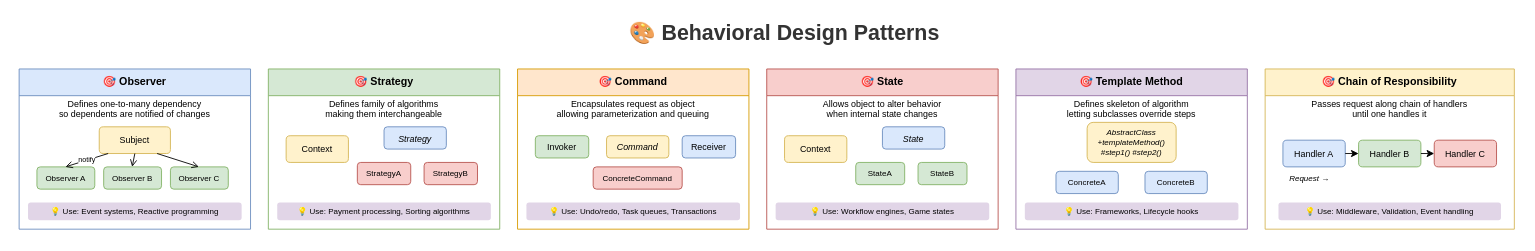
Before: lesson-01-software-design-architecture/01-design-patterns/1.3-behavioral-patterns-overview.drawio in MrParkerZ7/document-lesson-software-architect-x-claude, a draw.io diagram. Source tidied: cells renumbered, new cells numbered last; positions are measured from the earlier drawing's top-left corner, leaving out a move shared by most shapes. Both pictures are drawn from the tidied source at 89%, with x=0, y=0 at pixel (19, 15).
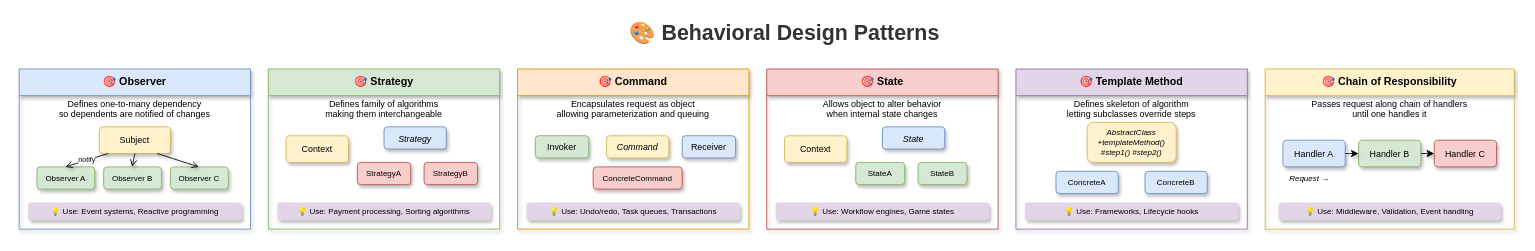
Above is the later version.

Change to the diagram source:
```diff
@@
-    <mxCell id="3" value="🎯 Observer" style="swimlane;fontStyle=1;align=center;verticalAlign=top;horizontal=1;startSize=30;fillColor=#dae8fc;strokeColor=#6c8ebf;" parent="1" vertex="1">
+    <mxCell id="3" value="🎯 Observer" style="swimlane;fontStyle=1;align=center;verticalAlign=top;horizontal=1;startSize=30;fillColor=#dae8fc;strokeColor=#6c8ebf;shadow=1;rounded=0;" parent="1" vertex="1">
       <mxGeometry y="60" width="260" height="180" as="geometry" />
     </mxCell>
@@
-    <mxCell id="5" value="Subject" style="rounded=1;whiteSpace=wrap;html=1;fillColor=#fff2cc;strokeColor=#d6b656;fontSize=10;" parent="3" vertex="1">
+    <mxCell id="5" value="Subject" style="rounded=1;whiteSpace=wrap;html=1;fillColor=#fff2cc;strokeColor=#d6b656;fontSize=10;shadow=1;" parent="3" vertex="1">
       <mxGeometry x="90" y="65" width="80" height="30" as="geometry" />
     </mxCell>
-    <mxCell id="6" value="Observer A" style="rounded=1;whiteSpace=wrap;html=1;fillColor=#d5e8d4;strokeColor=#82b366;fontSize=9;" parent="3" vertex="1">
+    <mxCell id="6" value="Observer A" style="rounded=1;whiteSpace=wrap;html=1;fillColor=#d5e8d4;strokeColor=#82b366;fontSize=9;shadow=1;" parent="3" vertex="1">
       <mxGeometry x="20" y="110" width="65" height="25" as="geometry" />
     </mxCell>
-    <mxCell id="7" value="Observer B" style="rounded=1;whiteSpace=wrap;html=1;fillColor=#d5e8d4;strokeColor=#82b366;fontSize=9;" parent="3" vertex="1">
+    <mxCell id="7" value="Observer B" style="rounded=1;whiteSpace=wrap;html=1;fillColor=#d5e8d4;strokeColor=#82b366;fontSize=9;shadow=1;" parent="3" vertex="1">
       <mxGeometry x="95" y="110" width="65" height="25" as="geometry" />
     </mxCell>
-    <mxCell id="8" value="Observer C" style="rounded=1;whiteSpace=wrap;html=1;fillColor=#d5e8d4;strokeColor=#82b366;fontSize=9;" parent="3" vertex="1">
+    <mxCell id="8" value="Observer C" style="rounded=1;whiteSpace=wrap;html=1;fillColor=#d5e8d4;strokeColor=#82b366;fontSize=9;shadow=1;" parent="3" vertex="1">
       <mxGeometry x="170" y="110" width="65" height="25" as="geometry" />
     </mxCell>
-    <mxCell id="9" value="notify" style="endArrow=open;endFill=0;endSize=6;html=1;fontSize=8;" parent="3" edge="1">
+    <mxCell id="9" value="notify" style="endArrow=open;endFill=0;endSize=6;html=1;fontSize=8;shadow=1;curved=1;flowAnimation=1;jumpStyle=arc;" parent="3" edge="1">
       <mxGeometry relative="1" as="geometry">
         <mxPoint x="100" y="95" as="sourcePoint" />
         <mxPoint x="52" y="110" as="targetPoint" />
       </mxGeometry>
     </mxCell>
-    <mxCell id="10" style="endArrow=open;endFill=0;endSize=6;html=1;fontSize=8;" parent="3" edge="1">
+    <mxCell id="10" style="endArrow=open;endFill=0;endSize=6;html=1;fontSize=8;shadow=1;curved=1;flowAnimation=1;jumpStyle=arc;" parent="3" edge="1">
       <mxGeometry relative="1" as="geometry">
         <mxPoint x="130" y="95" as="sourcePoint" />
         <mxPoint x="127" y="110" as="targetPoint" />
       </mxGeometry>
     </mxCell>
-    <mxCell id="11" style="endArrow=open;endFill=0;endSize=6;html=1;fontSize=8;" parent="3" edge="1">
+    <mxCell id="11" style="endArrow=open;endFill=0;endSize=6;html=1;fontSize=8;shadow=1;curved=1;flowAnimation=1;jumpStyle=arc;" parent="3" edge="1">
       <mxGeometry relative="1" as="geometry">
         <mxPoint x="155" y="95" as="sourcePoint" />
         <mxPoint x="202" y="110" as="targetPoint" />
       </mxGeometry>
     </mxCell>
-    <mxCell id="12" value="💡 Use: Event systems, Reactive programming" style="text;html=1;strokeColor=none;fillColor=#e1d5e7;align=center;verticalAlign=middle;whiteSpace=wrap;rounded=1;fontSize=9;" parent="3" vertex="1">
+    <mxCell id="12" value="💡 Use: Event systems, Reactive programming" style="text;html=1;strokeColor=none;fillColor=#e1d5e7;align=center;verticalAlign=middle;whiteSpace=wrap;rounded=1;fontSize=9;shadow=1;" parent="3" vertex="1">
       <mxGeometry x="10" y="150" width="240" height="20" as="geometry" />
     </mxCell>
-    <mxCell id="13" value="🎯 Strategy" style="swimlane;fontStyle=1;align=center;verticalAlign=top;horizontal=1;startSize=30;fillColor=#d5e8d4;strokeColor=#82b366;" parent="1" vertex="1">
+    <mxCell id="13" value="🎯 Strategy" style="swimlane;fontStyle=1;align=center;verticalAlign=top;horizontal=1;startSize=30;fillColor=#d5e8d4;strokeColor=#82b366;shadow=1;rounded=0;" parent="1" vertex="1">
       <mxGeometry x="280" y="60" width="260" height="180" as="geometry" />
     </mxCell>
@@
-    <mxCell id="15" value="Context" style="rounded=1;whiteSpace=wrap;html=1;fillColor=#fff2cc;strokeColor=#d6b656;fontSize=10;" parent="13" vertex="1">
+    <mxCell id="15" value="Context" style="rounded=1;whiteSpace=wrap;html=1;fillColor=#fff2cc;strokeColor=#d6b656;fontSize=10;shadow=1;" parent="13" vertex="1">
       <mxGeometry x="20" y="75" width="70" height="30" as="geometry" />
     </mxCell>
-    <mxCell id="16" value="Strategy" style="rounded=1;whiteSpace=wrap;html=1;fillColor=#dae8fc;strokeColor=#6c8ebf;fontSize=10;fontStyle=2;" parent="13" vertex="1">
+    <mxCell id="16" value="Strategy" style="rounded=1;whiteSpace=wrap;html=1;fillColor=#dae8fc;strokeColor=#6c8ebf;fontSize=10;fontStyle=2;shadow=1;" parent="13" vertex="1">
       <mxGeometry x="130" y="65" width="70" height="25" as="geometry" />
     </mxCell>
-    <mxCell id="17" value="StrategyA" style="rounded=1;whiteSpace=wrap;html=1;fillColor=#f8cecc;strokeColor=#b85450;fontSize=9;" parent="13" vertex="1">
+    <mxCell id="17" value="StrategyA" style="rounded=1;whiteSpace=wrap;html=1;fillColor=#f8cecc;strokeColor=#b85450;fontSize=9;shadow=1;" parent="13" vertex="1">
       <mxGeometry x="100" y="105" width="60" height="25" as="geometry" />
     </mxCell>
-    <mxCell id="18" value="StrategyB" style="rounded=1;whiteSpace=wrap;html=1;fillColor=#f8cecc;strokeColor=#b85450;fontSize=9;" parent="13" vertex="1">
+    <mxCell id="18" value="StrategyB" style="rounded=1;whiteSpace=wrap;html=1;fillColor=#f8cecc;strokeColor=#b85450;fontSize=9;shadow=1;" parent="13" vertex="1">
       <mxGeometry x="175" y="105" width="60" height="25" as="geometry" />
     </mxCell>
-    <mxCell id="19" value="💡 Use: Payment processing, Sorting algorithms" style="text;html=1;strokeColor=none;fillColor=#e1d5e7;align=center;verticalAlign=middle;whiteSpace=wrap;rounded=1;fontSize=9;" parent="13" vertex="1">
+    <mxCell id="19" value="💡 Use: Payment processing, Sorting algorithms" style="text;html=1;strokeColor=none;fillColor=#e1d5e7;align=center;verticalAlign=middle;whiteSpace=wrap;rounded=1;fontSize=9;shadow=1;" parent="13" vertex="1">
       <mxGeometry x="10" y="150" width="240" height="20" as="geometry" />
     </mxCell>
-    <mxCell id="20" value="🎯 Command" style="swimlane;fontStyle=1;align=center;verticalAlign=top;horizontal=1;startSize=30;fillColor=#ffe6cc;strokeColor=#d79b00;" parent="1" vertex="1">
+    <mxCell id="20" value="🎯 Command" style="swimlane;fontStyle=1;align=center;verticalAlign=top;horizontal=1;startSize=30;fillColor=#ffe6cc;strokeColor=#d79b00;shadow=1;rounded=0;" parent="1" vertex="1">
       <mxGeometry x="560" y="60" width="260" height="180" as="geometry" />
     </mxCell>
@@
-    <mxCell id="22" value="Invoker" style="rounded=1;whiteSpace=wrap;html=1;fillColor=#d5e8d4;strokeColor=#82b366;fontSize=10;" parent="20" vertex="1">
+    <mxCell id="22" value="Invoker" style="rounded=1;whiteSpace=wrap;html=1;fillColor=#d5e8d4;strokeColor=#82b366;fontSize=10;shadow=1;" parent="20" vertex="1">
       <mxGeometry x="20" y="75" width="60" height="25" as="geometry" />
     </mxCell>
-    <mxCell id="23" value="Command" style="rounded=1;whiteSpace=wrap;html=1;fillColor=#fff2cc;strokeColor=#d6b656;fontSize=10;fontStyle=2;" parent="20" vertex="1">
+    <mxCell id="23" value="Command" style="rounded=1;whiteSpace=wrap;html=1;fillColor=#fff2cc;strokeColor=#d6b656;fontSize=10;fontStyle=2;shadow=1;" parent="20" vertex="1">
       <mxGeometry x="100" y="75" width="70" height="25" as="geometry" />
     </mxCell>
-    <mxCell id="24" value="Receiver" style="rounded=1;whiteSpace=wrap;html=1;fillColor=#dae8fc;strokeColor=#6c8ebf;fontSize=10;" parent="20" vertex="1">
+    <mxCell id="24" value="Receiver" style="rounded=1;whiteSpace=wrap;html=1;fillColor=#dae8fc;strokeColor=#6c8ebf;fontSize=10;shadow=1;" parent="20" vertex="1">
       <mxGeometry x="185" y="75" width="60" height="25" as="geometry" />
     </mxCell>
-    <mxCell id="25" value="ConcreteCommand" style="rounded=1;whiteSpace=wrap;html=1;fillColor=#f8cecc;strokeColor=#b85450;fontSize=9;" parent="20" vertex="1">
+    <mxCell id="25" value="ConcreteCommand" style="rounded=1;whiteSpace=wrap;html=1;fillColor=#f8cecc;strokeColor=#b85450;fontSize=9;shadow=1;" parent="20" vertex="1">
       <mxGeometry x="85" y="110" width="100" height="25" as="geometry" />
     </mxCell>
-    <mxCell id="26" value="💡 Use: Undo/redo, Task queues, Transactions" style="text;html=1;strokeColor=none;fillColor=#e1d5e7;align=center;verticalAlign=middle;whiteSpace=wrap;rounded=1;fontSize=9;" parent="20" vertex="1">
+    <mxCell id="26" value="💡 Use: Undo/redo, Task queues, Transactions" style="text;html=1;strokeColor=none;fillColor=#e1d5e7;align=center;verticalAlign=middle;whiteSpace=wrap;rounded=1;fontSize=9;shadow=1;" parent="20" vertex="1">
       <mxGeometry x="10" y="150" width="240" height="20" as="geometry" />
     </mxCell>
-    <mxCell id="27" value="🎯 State" style="swimlane;fontStyle=1;align=center;verticalAlign=top;horizontal=1;startSize=30;fillColor=#f8cecc;strokeColor=#b85450;" parent="1" vertex="1">
+    <mxCell id="27" value="🎯 State" style="swimlane;fontStyle=1;align=center;verticalAlign=top;horizontal=1;startSize=30;fillColor=#f8cecc;strokeColor=#b85450;shadow=1;rounded=0;" parent="1" vertex="1">
       <mxGeometry x="840" y="60" width="260" height="180" as="geometry" />
     </mxCell>
@@
-    <mxCell id="29" value="Context" style="rounded=1;whiteSpace=wrap;html=1;fillColor=#fff2cc;strokeColor=#d6b656;fontSize=10;" parent="27" vertex="1">
+    <mxCell id="29" value="Context" style="rounded=1;whiteSpace=wrap;html=1;fillColor=#fff2cc;strokeColor=#d6b656;fontSize=10;shadow=1;" parent="27" vertex="1">
       <mxGeometry x="20" y="75" width="70" height="30" as="geometry" />
     </mxCell>
-    <mxCell id="30" value="State" style="rounded=1;whiteSpace=wrap;html=1;fillColor=#dae8fc;strokeColor=#6c8ebf;fontSize=10;fontStyle=2;" parent="27" vertex="1">
+    <mxCell id="30" value="State" style="rounded=1;whiteSpace=wrap;html=1;fillColor=#dae8fc;strokeColor=#6c8ebf;fontSize=10;fontStyle=2;shadow=1;" parent="27" vertex="1">
       <mxGeometry x="130" y="65" width="70" height="25" as="geometry" />
     </mxCell>
-    <mxCell id="31" value="StateA" style="rounded=1;whiteSpace=wrap;html=1;fillColor=#d5e8d4;strokeColor=#82b366;fontSize=9;" parent="27" vertex="1">
+    <mxCell id="31" value="StateA" style="rounded=1;whiteSpace=wrap;html=1;fillColor=#d5e8d4;strokeColor=#82b366;fontSize=9;shadow=1;" parent="27" vertex="1">
       <mxGeometry x="100" y="105" width="55" height="25" as="geometry" />
     </mxCell>
-    <mxCell id="32" value="StateB" style="rounded=1;whiteSpace=wrap;html=1;fillColor=#d5e8d4;strokeColor=#82b366;fontSize=9;" parent="27" vertex="1">
+    <mxCell id="32" value="StateB" style="rounded=1;whiteSpace=wrap;html=1;fillColor=#d5e8d4;strokeColor=#82b366;fontSize=9;shadow=1;" parent="27" vertex="1">
       <mxGeometry x="170" y="105" width="55" height="25" as="geometry" />
     </mxCell>
-    <mxCell id="33" value="💡 Use: Workflow engines, Game states" style="text;html=1;strokeColor=none;fillColor=#e1d5e7;align=center;verticalAlign=middle;whiteSpace=wrap;rounded=1;fontSize=9;" parent="27" vertex="1">
+    <mxCell id="33" value="💡 Use: Workflow engines, Game states" style="text;html=1;strokeColor=none;fillColor=#e1d5e7;align=center;verticalAlign=middle;whiteSpace=wrap;rounded=1;fontSize=9;shadow=1;" parent="27" vertex="1">
       <mxGeometry x="10" y="150" width="240" height="20" as="geometry" />
     </mxCell>
-    <mxCell id="34" value="🎯 Template Method" style="swimlane;fontStyle=1;align=center;verticalAlign=top;horizontal=1;startSize=30;fillColor=#e1d5e7;strokeColor=#9673a6;" parent="1" vertex="1">
+    <mxCell id="34" value="🎯 Template Method" style="swimlane;fontStyle=1;align=center;verticalAlign=top;horizontal=1;startSize=30;fillColor=#e1d5e7;strokeColor=#9673a6;shadow=1;rounded=0;" parent="1" vertex="1">
       <mxGeometry x="1120" y="60" width="260" height="180" as="geometry" />
     </mxCell>
@@
-    <mxCell id="36" value="AbstractClass&#10;+templateMethod()&#10;#step1() #step2()" style="rounded=1;whiteSpace=wrap;html=1;fillColor=#fff2cc;strokeColor=#d6b656;fontSize=9;fontStyle=2;" parent="34" vertex="1">
+    <mxCell id="36" value="AbstractClass&#10;+templateMethod()&#10;#step1() #step2()" style="rounded=1;whiteSpace=wrap;html=1;fillColor=#fff2cc;strokeColor=#d6b656;fontSize=9;fontStyle=2;shadow=1;" parent="34" vertex="1">
       <mxGeometry x="80" y="60" width="100" height="45" as="geometry" />
     </mxCell>
-    <mxCell id="37" value="ConcreteA" style="rounded=1;whiteSpace=wrap;html=1;fillColor=#dae8fc;strokeColor=#6c8ebf;fontSize=9;" parent="34" vertex="1">
+    <mxCell id="37" value="ConcreteA" style="rounded=1;whiteSpace=wrap;html=1;fillColor=#dae8fc;strokeColor=#6c8ebf;fontSize=9;shadow=1;" parent="34" vertex="1">
       <mxGeometry x="45" y="115" width="70" height="25" as="geometry" />
     </mxCell>
-    <mxCell id="38" value="ConcreteB" style="rounded=1;whiteSpace=wrap;html=1;fillColor=#dae8fc;strokeColor=#6c8ebf;fontSize=9;" parent="34" vertex="1">
+    <mxCell id="38" value="ConcreteB" style="rounded=1;whiteSpace=wrap;html=1;fillColor=#dae8fc;strokeColor=#6c8ebf;fontSize=9;shadow=1;" parent="34" vertex="1">
       <mxGeometry x="145" y="115" width="70" height="25" as="geometry" />
     </mxCell>
-    <mxCell id="39" value="💡 Use: Frameworks, Lifecycle hooks" style="text;html=1;strokeColor=none;fillColor=#e1d5e7;align=center;verticalAlign=middle;whiteSpace=wrap;rounded=1;fontSize=9;" parent="34" vertex="1">
+    <mxCell id="39" value="💡 Use: Frameworks, Lifecycle hooks" style="text;html=1;strokeColor=none;fillColor=#e1d5e7;align=center;verticalAlign=middle;whiteSpace=wrap;rounded=1;fontSize=9;shadow=1;" parent="34" vertex="1">
       <mxGeometry x="10" y="150" width="240" height="20" as="geometry" />
     </mxCell>
-    <mxCell id="40" value="🎯 Chain of Responsibility" style="swimlane;fontStyle=1;align=center;verticalAlign=top;horizontal=1;startSize=30;fillColor=#fff2cc;strokeColor=#d6b656;" parent="1" vertex="1">
+    <mxCell id="40" value="🎯 Chain of Responsibility" style="swimlane;fontStyle=1;align=center;verticalAlign=top;horizontal=1;startSize=30;fillColor=#fff2cc;strokeColor=#d6b656;shadow=1;rounded=0;" parent="1" vertex="1">
       <mxGeometry x="1400" y="60" width="280" height="180" as="geometry" />
     </mxCell>
@@
-    <mxCell id="42" value="Handler A" style="rounded=1;whiteSpace=wrap;html=1;fillColor=#dae8fc;strokeColor=#6c8ebf;fontSize=10;" parent="40" vertex="1">
+    <mxCell id="42" value="Handler A" style="rounded=1;whiteSpace=wrap;html=1;fillColor=#dae8fc;strokeColor=#6c8ebf;fontSize=10;shadow=1;" parent="40" vertex="1">
       <mxGeometry x="20" y="80" width="70" height="30" as="geometry" />
     </mxCell>
-    <mxCell id="43" value="Handler B" style="rounded=1;whiteSpace=wrap;html=1;fillColor=#d5e8d4;strokeColor=#82b366;fontSize=10;" parent="40" vertex="1">
+    <mxCell id="43" value="Handler B" style="rounded=1;whiteSpace=wrap;html=1;fillColor=#d5e8d4;strokeColor=#82b366;fontSize=10;shadow=1;" parent="40" vertex="1">
       <mxGeometry x="105" y="80" width="70" height="30" as="geometry" />
     </mxCell>
-    <mxCell id="44" value="Handler C" style="rounded=1;whiteSpace=wrap;html=1;fillColor=#f8cecc;strokeColor=#b85450;fontSize=10;" parent="40" vertex="1">
+    <mxCell id="44" value="Handler C" style="rounded=1;whiteSpace=wrap;html=1;fillColor=#f8cecc;strokeColor=#b85450;fontSize=10;shadow=1;" parent="40" vertex="1">
       <mxGeometry x="190" y="80" width="70" height="30" as="geometry" />
     </mxCell>
-    <mxCell id="45" style="endArrow=classic;html=1;exitX=1;exitY=0.5;exitDx=0;exitDy=0;entryX=0;entryY=0.5;entryDx=0;entryDy=0;" parent="40" edge="1" source="42" target="43">
+    <mxCell id="45" style="endArrow=classic;html=1;exitX=1;exitY=0.5;exitDx=0;exitDy=0;entryX=0;entryY=0.5;entryDx=0;entryDy=0;shadow=1;curved=1;flowAnimation=1;jumpStyle=arc;" parent="40" edge="1" source="42" target="43">
       <mxGeometry relative="1" as="geometry" />
     </mxCell>
-    <mxCell id="46" style="endArrow=classic;html=1;exitX=1;exitY=0.5;exitDx=0;exitDy=0;entryX=0;entryY=0.5;entryDx=0;entryDy=0;" parent="40" edge="1" source="43" target="44">
+    <mxCell id="46" style="endArrow=classic;html=1;exitX=1;exitY=0.5;exitDx=0;exitDy=0;entryX=0;entryY=0.5;entryDx=0;entryDy=0;shadow=1;curved=1;flowAnimation=1;jumpStyle=arc;" parent="40" edge="1" source="43" target="44">
       <mxGeometry relative="1" as="geometry" />
     </mxCell>
@@
-    <mxCell id="48" value="💡 Use: Middleware, Validation, Event handling" style="text;html=1;strokeColor=none;fillColor=#e1d5e7;align=center;verticalAlign=middle;whiteSpace=wrap;rounded=1;fontSize=9;" parent="40" vertex="1">
+    <mxCell id="48" value="💡 Use: Middleware, Validation, Event handling" style="text;html=1;strokeColor=none;fillColor=#e1d5e7;align=center;verticalAlign=middle;whiteSpace=wrap;rounded=1;fontSize=9;shadow=1;" parent="40" vertex="1">
       <mxGeometry x="15" y="150" width="250" height="20" as="geometry" />
     </mxCell>
```
